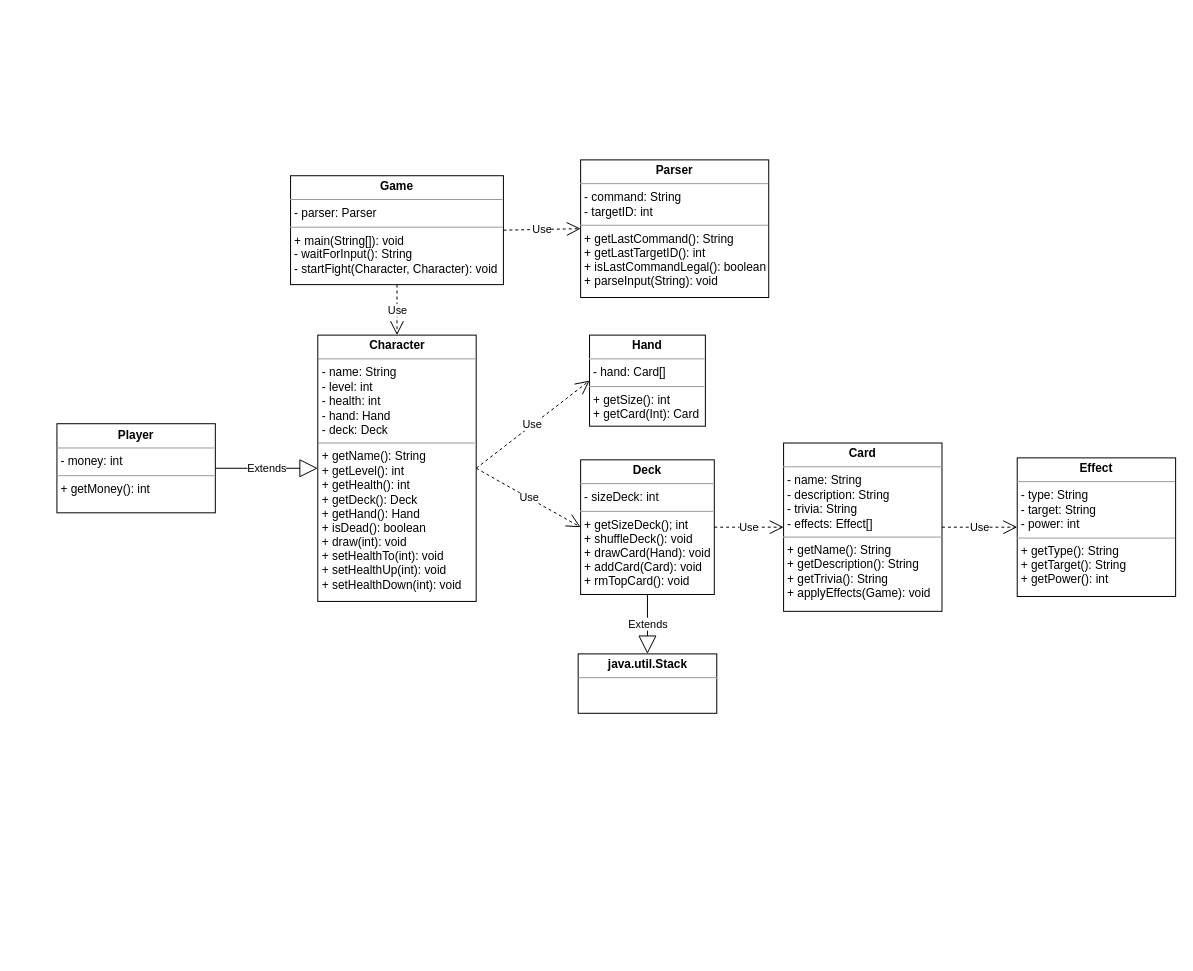
The draw.io diagram devdoc/Galamadriabuyak_UML.drawio in durierem/galamadriabuyak, before the edit. Source tidied: cells renumbered, new cells numbered last; positions are measured from the earlier drawing's top-left corner, leaving out a move shared by most shapes. Both pictures are drawn from the tidied source at 99%, with x=0, y=0 at pixel (56, 159).
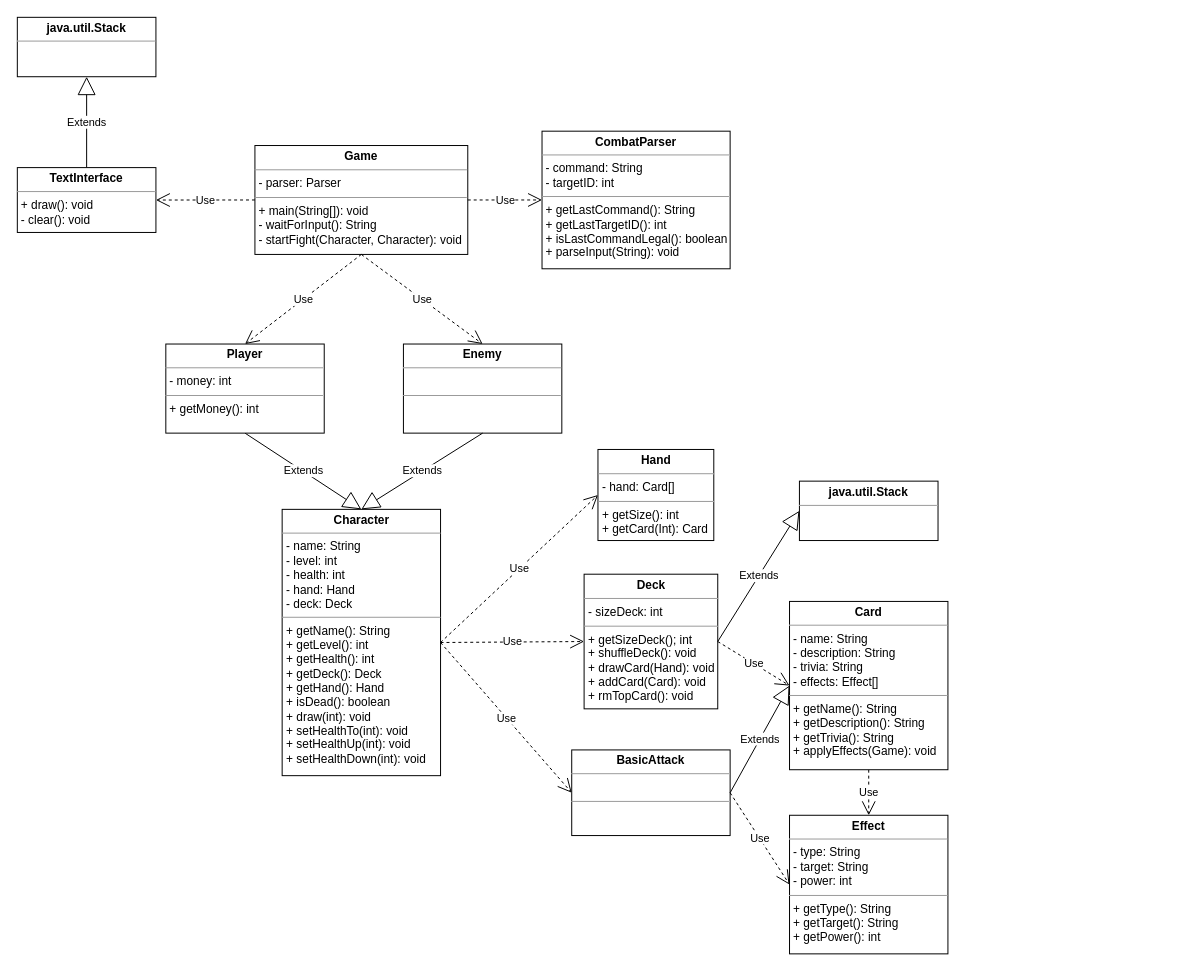
The same diagram, later.

Commit message (it also covers changes not shown here):
ITextInterface and TextInterface implementation

The edit, as a diff of the source:
```diff
@@
-    <mxCell id="2" value="&lt;p style=&quot;margin: 0px ; margin-top: 4px ; text-align: center&quot;&gt;&lt;b&gt;Parser&lt;/b&gt;&lt;/p&gt;&lt;hr size=&quot;1&quot;&gt;&lt;p style=&quot;margin: 0px ; margin-left: 4px&quot;&gt;- command: String&lt;/p&gt;&lt;p style=&quot;margin: 0px ; margin-left: 4px&quot;&gt;- targetID: int&lt;br&gt;&lt;/p&gt;&lt;hr size=&quot;1&quot;&gt;&lt;p style=&quot;margin: 0px ; margin-left: 4px&quot;&gt;+ getLastCommand(): String&lt;/p&gt;&lt;p style=&quot;margin: 0px ; margin-left: 4px&quot;&gt;+ getLastTargetID(): int&lt;/p&gt;&lt;p style=&quot;margin: 0px ; margin-left: 4px&quot;&gt;+ isLastCommandLegal(): boolean&lt;/p&gt;&lt;p style=&quot;margin: 0px ; margin-left: 4px&quot;&gt;+ parseInput(String): void&lt;br&gt;&lt;/p&gt;" style="verticalAlign=top;align=left;overflow=fill;fontSize=12;fontFamily=Helvetica;html=1;" parent="1" vertex="1">
-      <mxGeometry x="529" width="190" height="139" as="geometry" />
+    <mxCell id="2" value="&lt;p style=&quot;margin: 0px ; margin-top: 4px ; text-align: center&quot;&gt;&lt;b&gt;CombatParser&lt;/b&gt;&lt;/p&gt;&lt;hr size=&quot;1&quot;&gt;&lt;p style=&quot;margin: 0px ; margin-left: 4px&quot;&gt;- command: String&lt;/p&gt;&lt;p style=&quot;margin: 0px ; margin-left: 4px&quot;&gt;- targetID: int&lt;br&gt;&lt;/p&gt;&lt;hr size=&quot;1&quot;&gt;&lt;p style=&quot;margin: 0px ; margin-left: 4px&quot;&gt;+ getLastCommand(): String&lt;/p&gt;&lt;p style=&quot;margin: 0px ; margin-left: 4px&quot;&gt;+ getLastTargetID(): int&lt;/p&gt;&lt;p style=&quot;margin: 0px ; margin-left: 4px&quot;&gt;+ isLastCommandLegal(): boolean&lt;/p&gt;&lt;p style=&quot;margin: 0px ; margin-left: 4px&quot;&gt;+ parseInput(String): void&lt;br&gt;&lt;/p&gt;" style="verticalAlign=top;align=left;overflow=fill;fontSize=12;fontFamily=Helvetica;html=1;" parent="1" vertex="1">
+      <mxGeometry x="490" y="-29" width="190" height="139" as="geometry" />
     </mxCell>
     <mxCell id="3" value="&lt;p style=&quot;margin: 0px ; margin-top: 4px ; text-align: center&quot;&gt;&lt;b&gt;Game&lt;/b&gt;&lt;/p&gt;&lt;hr size=&quot;1&quot;&gt;&lt;p style=&quot;margin: 0px ; margin-left: 4px&quot;&gt;- parser: Parser&lt;/p&gt;&lt;hr size=&quot;1&quot;&gt;&lt;p style=&quot;margin: 0px ; margin-left: 4px&quot;&gt;+ main(String[]): void&lt;/p&gt;&lt;p style=&quot;margin: 0px ; margin-left: 4px&quot;&gt;- waitForInput(): String&lt;br&gt;&lt;/p&gt;&lt;p style=&quot;margin: 0px ; margin-left: 4px&quot;&gt;- startFight(Character, Character): void&lt;br&gt;&lt;/p&gt;" style="verticalAlign=top;align=left;overflow=fill;fontSize=12;fontFamily=Helvetica;html=1;" parent="1" vertex="1">
-      <mxGeometry x="236" y="16" width="215" height="110" as="geometry" />
+      <mxGeometry x="200" y="-14.5" width="215" height="110" as="geometry" />
     </mxCell>
@@
     <mxCell id="5" value="&lt;p style=&quot;margin: 0px ; margin-top: 4px ; text-align: center&quot;&gt;&lt;b&gt;Character&lt;/b&gt;&lt;/p&gt;&lt;hr size=&quot;1&quot;&gt;&lt;p style=&quot;margin: 0px ; margin-left: 4px&quot;&gt;- name: String&lt;/p&gt;&lt;p style=&quot;margin: 0px ; margin-left: 4px&quot;&gt;- level: int&lt;br&gt;&lt;/p&gt;&lt;p style=&quot;margin: 0px ; margin-left: 4px&quot;&gt;- health: int&lt;/p&gt;&lt;p style=&quot;margin: 0px ; margin-left: 4px&quot;&gt;- hand: Hand&lt;br&gt;&lt;/p&gt;&lt;p style=&quot;margin: 0px ; margin-left: 4px&quot;&gt;- deck: Deck&lt;/p&gt;&lt;hr size=&quot;1&quot;&gt;&lt;p style=&quot;margin: 0px ; margin-left: 4px&quot;&gt;+ getName(): String&lt;/p&gt;&lt;p style=&quot;margin: 0px ; margin-left: 4px&quot;&gt;+ getLevel(): int&lt;br&gt;&lt;/p&gt;&lt;p style=&quot;margin: 0px ; margin-left: 4px&quot;&gt;+ getHealth(): int&lt;/p&gt;&lt;p style=&quot;margin: 0px ; margin-left: 4px&quot;&gt;+ getDeck(): Deck&lt;/p&gt;&lt;p style=&quot;margin: 0px ; margin-left: 4px&quot;&gt;+ getHand(): Hand&lt;br&gt;&lt;/p&gt;&lt;p style=&quot;margin: 0px ; margin-left: 4px&quot;&gt;+ isDead(): boolean&lt;/p&gt;&lt;p style=&quot;margin: 0px ; margin-left: 4px&quot;&gt;+ draw(int): void&lt;/p&gt;&lt;p style=&quot;margin: 0px ; margin-left: 4px&quot;&gt;+ setHealthTo(int): void&lt;/p&gt;&lt;p style=&quot;margin: 0px ; margin-left: 4px&quot;&gt;+ setHealthUp(int): void&lt;/p&gt;&lt;p style=&quot;margin: 0px ; margin-left: 4px&quot;&gt;+ setHealthDown(int): void&lt;br&gt;&lt;/p&gt;&lt;p style=&quot;margin: 0px ; margin-left: 4px&quot;&gt;&lt;br&gt;&lt;/p&gt;" style="verticalAlign=top;align=left;overflow=fill;fontSize=12;fontFamily=Helvetica;html=1;" parent="1" vertex="1">
-      <mxGeometry x="263.5" y="177" width="160" height="269" as="geometry" />
+      <mxGeometry x="227.5" y="353" width="160" height="269" as="geometry" />
     </mxCell>
-    <mxCell id="6" value="Use" style="endArrow=open;endSize=12;dashed=1;html=1;entryX=0.5;entryY=0;entryDx=0;entryDy=0;exitX=0.5;exitY=1;exitDx=0;exitDy=0;" parent="1" edge="1" source="3" target="5">
+    <mxCell id="6" value="Use" style="endArrow=open;endSize=12;dashed=1;html=1;entryX=0.5;entryY=0;entryDx=0;entryDy=0;exitX=0.5;exitY=1;exitDx=0;exitDy=0;" parent="1" edge="1" source="3" target="18">
       <mxGeometry relative="1" as="geometry" />
     </mxCell>
-    <mxCell id="7" value="Extends" style="endArrow=block;endSize=16;endFill=0;html=1;exitX=1;exitY=0.5;exitDx=0;exitDy=0;entryX=0;entryY=0.5;entryDx=0;entryDy=0;" parent="1" edge="1" source="18" target="5">
+    <mxCell id="7" value="Extends" style="endArrow=block;endSize=16;endFill=0;html=1;exitX=0.5;exitY=1;exitDx=0;exitDy=0;entryX=0.5;entryY=0;entryDx=0;entryDy=0;" parent="1" edge="1" source="18" target="5">
       <mxGeometry relative="1" as="geometry" />
     </mxCell>
     <mxCell id="8" value="&lt;p style=&quot;margin: 0px ; margin-top: 4px ; text-align: center&quot;&gt;&lt;b&gt;Deck&lt;/b&gt;&lt;br&gt;&lt;/p&gt;&lt;hr size=&quot;1&quot;&gt;&lt;p style=&quot;margin: 0px ; margin-left: 4px&quot;&gt;- sizeDeck: int&lt;/p&gt;&lt;hr size=&quot;1&quot;&gt;&lt;p style=&quot;margin: 0px ; margin-left: 4px&quot;&gt;+ getSizeDeck(); int&lt;/p&gt;&lt;p style=&quot;margin: 0px ; margin-left: 4px&quot;&gt;+ shuffleDeck(): void&lt;/p&gt;&lt;p style=&quot;margin: 0px ; margin-left: 4px&quot;&gt;+ drawCard(Hand): void&lt;br&gt;&lt;/p&gt;&lt;p style=&quot;margin: 0px ; margin-left: 4px&quot;&gt;+ addCard(Card): void&lt;br&gt;&lt;/p&gt;&lt;p style=&quot;margin: 0px ; margin-left: 4px&quot;&gt;+ rmTopCard(): void&lt;br&gt;&lt;/p&gt;" style="verticalAlign=top;align=left;overflow=fill;fontSize=12;fontFamily=Helvetica;html=1;" parent="1" vertex="1">
-      <mxGeometry x="529" y="303" width="135" height="136" as="geometry" />
+      <mxGeometry x="532.5" y="418.5" width="135" height="136" as="geometry" />
     </mxCell>
@@
     <mxCell id="10" value="&lt;p style=&quot;margin: 0px ; margin-top: 4px ; text-align: center&quot;&gt;&lt;b&gt;Hand&lt;/b&gt;&lt;/p&gt;&lt;hr size=&quot;1&quot;&gt;&lt;p style=&quot;margin: 0px ; margin-left: 4px&quot;&gt;- hand: Card[]&lt;/p&gt;&lt;hr size=&quot;1&quot;&gt;&lt;p style=&quot;margin: 0px ; margin-left: 4px&quot;&gt;+ getSize(): int&lt;/p&gt;&lt;p style=&quot;margin: 0px ; margin-left: 4px&quot;&gt;+ getCard(Int): Card&lt;br&gt;&lt;/p&gt;" style="verticalAlign=top;align=left;overflow=fill;fontSize=12;fontFamily=Helvetica;html=1;" parent="1" vertex="1">
-      <mxGeometry x="538" y="177" width="117" height="92" as="geometry" />
+      <mxGeometry x="546.5" y="292.5" width="117" height="92" as="geometry" />
     </mxCell>
@@
     <mxCell id="12" value="&lt;p style=&quot;margin: 0px ; margin-top: 4px ; text-align: center&quot;&gt;&lt;b&gt;Effect&lt;/b&gt;&lt;/p&gt;&lt;hr size=&quot;1&quot;&gt;&lt;p style=&quot;margin: 0px ; margin-left: 4px&quot;&gt;- type: String&lt;/p&gt;&lt;p style=&quot;margin: 0px ; margin-left: 4px&quot;&gt;- target: String&lt;/p&gt;&lt;p style=&quot;margin: 0px ; margin-left: 4px&quot;&gt;- power: int&lt;br&gt;&lt;/p&gt;&lt;hr size=&quot;1&quot;&gt;&lt;p style=&quot;margin: 0px ; margin-left: 4px&quot;&gt;+ getType(): String&lt;/p&gt;&lt;p style=&quot;margin: 0px ; margin-left: 4px&quot;&gt;+ getTarget(): String&lt;/p&gt;&lt;p style=&quot;margin: 0px ; margin-left: 4px&quot;&gt;+ getPower(): int&lt;br&gt;&lt;/p&gt;" style="verticalAlign=top;align=left;overflow=fill;fontSize=12;fontFamily=Helvetica;html=1;" parent="1" vertex="1">
-      <mxGeometry x="970" y="301" width="160" height="140" as="geometry" />
+      <mxGeometry x="740" y="662" width="160" height="140" as="geometry" />
     </mxCell>
@@
-    <mxCell id="14" value="Use" style="endArrow=open;endSize=12;dashed=1;html=1;exitX=1;exitY=0.5;exitDx=0;exitDy=0;entryX=0;entryY=0.5;entryDx=0;entryDy=0;" parent="1" edge="1" source="17" target="12">
+    <mxCell id="14" value="Use" style="endArrow=open;endSize=12;dashed=1;html=1;exitX=0.5;exitY=1;exitDx=0;exitDy=0;entryX=0.5;entryY=0;entryDx=0;entryDy=0;" parent="1" edge="1" source="17" target="12">
       <mxGeometry relative="1" as="geometry" />
     </mxCell>
     <mxCell id="15" value="&lt;p style=&quot;margin: 0px ; margin-top: 4px ; text-align: center&quot;&gt;&lt;b&gt;java.util.Stack&lt;/b&gt;&lt;/p&gt;&lt;hr size=&quot;1&quot;&gt;&lt;div style=&quot;height: 2px&quot;&gt;&lt;/div&gt;" style="verticalAlign=top;align=left;overflow=fill;fontSize=12;fontFamily=Helvetica;html=1;" parent="1" vertex="1">
-      <mxGeometry x="526.5" y="499" width="140" height="60" as="geometry" />
+      <mxGeometry x="750" y="324.5" width="140" height="60" as="geometry" />
     </mxCell>
-    <mxCell id="16" value="Extends" style="endArrow=block;endSize=16;endFill=0;html=1;exitX=0.5;exitY=1;exitDx=0;exitDy=0;entryX=0.5;entryY=0;entryDx=0;entryDy=0;" parent="1" edge="1" source="8" target="15">
+    <mxCell id="16" value="Extends" style="endArrow=block;endSize=16;endFill=0;html=1;exitX=1;exitY=0.5;exitDx=0;exitDy=0;entryX=0;entryY=0.5;entryDx=0;entryDy=0;" parent="1" edge="1" source="8" target="15">
       <mxGeometry relative="1" as="geometry" />
     </mxCell>
     <mxCell id="17" value="&lt;p style=&quot;margin: 0px ; margin-top: 4px ; text-align: center&quot;&gt;&lt;b&gt;Card&lt;/b&gt;&lt;/p&gt;&lt;hr size=&quot;1&quot;&gt;&lt;p style=&quot;margin: 0px ; margin-left: 4px&quot;&gt;- name: String&lt;/p&gt;&lt;p style=&quot;margin: 0px ; margin-left: 4px&quot;&gt;- description: String&lt;/p&gt;&lt;p style=&quot;margin: 0px ; margin-left: 4px&quot;&gt;- trivia: String&lt;/p&gt;&lt;p style=&quot;margin: 0px ; margin-left: 4px&quot;&gt;- effects: Effect[]&lt;/p&gt;&lt;hr size=&quot;1&quot;&gt;&lt;p style=&quot;margin: 0px ; margin-left: 4px&quot;&gt;+ getName(): String&lt;/p&gt;&lt;p style=&quot;margin: 0px ; margin-left: 4px&quot;&gt;+ getDescription(): String&lt;/p&gt;&lt;p style=&quot;margin: 0px ; margin-left: 4px&quot;&gt;+ getTrivia(): String&lt;/p&gt;&lt;p style=&quot;margin: 0px ; margin-left: 4px&quot;&gt;+ applyEffects(Game): void&lt;br&gt;&lt;/p&gt;" style="verticalAlign=top;align=left;overflow=fill;fontSize=12;fontFamily=Helvetica;html=1;" parent="1" vertex="1">
-      <mxGeometry x="734" y="286" width="160" height="170" as="geometry" />
+      <mxGeometry x="740" y="446" width="160" height="170" as="geometry" />
     </mxCell>
     <mxCell id="18" value="&lt;p style=&quot;margin: 0px ; margin-top: 4px ; text-align: center&quot;&gt;&lt;b&gt;Player&lt;/b&gt;&lt;/p&gt;&lt;hr size=&quot;1&quot;&gt;&lt;p style=&quot;margin: 0px ; margin-left: 4px&quot;&gt;- money: int&lt;br&gt;&lt;/p&gt;&lt;hr size=&quot;1&quot;&gt;&lt;p style=&quot;margin: 0px ; margin-left: 4px&quot;&gt;+ getMoney(): int&lt;/p&gt;" style="verticalAlign=top;align=left;overflow=fill;fontSize=12;fontFamily=Helvetica;html=1;" parent="1" vertex="1">
-      <mxGeometry y="266.5" width="160" height="90" as="geometry" />
+      <mxGeometry x="110" y="186" width="160" height="90" as="geometry" />
     </mxCell>
+    <mxCell id="19" value="&lt;p style=&quot;margin: 0px ; margin-top: 4px ; text-align: center&quot;&gt;&lt;b&gt;Enemy&lt;/b&gt;&lt;/p&gt;&lt;hr size=&quot;1&quot;&gt;&lt;p style=&quot;margin: 0px ; margin-left: 4px&quot;&gt;&lt;br&gt;&lt;/p&gt;&lt;hr size=&quot;1&quot;&gt;&lt;p style=&quot;margin: 0px ; margin-left: 4px&quot;&gt;&lt;br&gt;&lt;/p&gt;" style="verticalAlign=top;align=left;overflow=fill;fontSize=12;fontFamily=Helvetica;html=1;" parent="1" vertex="1">
+      <mxGeometry x="350" y="186" width="160" height="90" as="geometry" />
+    </mxCell>
+    <mxCell id="20" value="Extends" style="endArrow=block;endSize=16;endFill=0;html=1;exitX=0.5;exitY=1;exitDx=0;exitDy=0;entryX=0.5;entryY=0;entryDx=0;entryDy=0;" parent="1" edge="1" source="19" target="5">
+      <mxGeometry relative="1" as="geometry" />
+    </mxCell>
+    <mxCell id="21" value="Use" style="endArrow=open;endSize=12;dashed=1;html=1;entryX=0.5;entryY=0;entryDx=0;entryDy=0;exitX=0.5;exitY=1;exitDx=0;exitDy=0;" parent="1" edge="1" source="3" target="19">
+      <mxGeometry relative="1" as="geometry" />
+    </mxCell>
+    <mxCell id="22" value="&lt;p style=&quot;margin: 0px ; margin-top: 4px ; text-align: center&quot;&gt;&lt;b&gt;BasicAttack&lt;/b&gt;&lt;/p&gt;&lt;hr size=&quot;1&quot;&gt;&lt;p style=&quot;margin: 0px ; margin-left: 4px&quot;&gt;&lt;br&gt;&lt;/p&gt;&lt;hr size=&quot;1&quot;&gt;&lt;p style=&quot;margin: 0px ; margin-left: 4px&quot;&gt;&lt;br&gt;&lt;/p&gt;" style="verticalAlign=top;align=left;overflow=fill;fontSize=12;fontFamily=Helvetica;html=1;" parent="1" vertex="1">
+      <mxGeometry x="520" y="596" width="160" height="86.5" as="geometry" />
+    </mxCell>
+    <mxCell id="23" value="Extends" style="endArrow=block;endSize=16;endFill=0;html=1;exitX=1;exitY=0.5;exitDx=0;exitDy=0;entryX=0;entryY=0.5;entryDx=0;entryDy=0;" parent="1" edge="1" source="22" target="17">
+      <mxGeometry relative="1" as="geometry" />
+    </mxCell>
+    <mxCell id="24" value="Use" style="endArrow=open;endSize=12;dashed=1;html=1;exitX=1;exitY=0.5;exitDx=0;exitDy=0;entryX=0;entryY=0.5;entryDx=0;entryDy=0;" parent="1" edge="1" source="22" target="12">
+      <mxGeometry relative="1" as="geometry" />
+    </mxCell>
+    <mxCell id="25" value="Use" style="endArrow=open;endSize=12;dashed=1;html=1;exitX=1;exitY=0.5;exitDx=0;exitDy=0;entryX=0;entryY=0.5;entryDx=0;entryDy=0;" parent="1" edge="1" source="5" target="22">
+      <mxGeometry relative="1" as="geometry" />
+    </mxCell>
+    <mxCell id="26" value="&lt;p style=&quot;margin: 0px ; margin-top: 4px ; text-align: center&quot;&gt;&lt;b&gt;java.util.Stack&lt;/b&gt;&lt;/p&gt;&lt;hr size=&quot;1&quot;&gt;&lt;div style=&quot;height: 2px&quot;&gt;&lt;/div&gt;" style="verticalAlign=top;align=left;overflow=fill;fontSize=12;fontFamily=Helvetica;html=1;" parent="1" vertex="1">
+      <mxGeometry x="-40" y="-144" width="140" height="60" as="geometry" />
+    </mxCell>
+    <mxCell id="27" value="Extends" style="endArrow=block;endSize=16;endFill=0;html=1;exitX=0.5;exitY=0;exitDx=0;exitDy=0;entryX=0.5;entryY=1;entryDx=0;entryDy=0;" parent="1" edge="1" source="29" target="26">
+      <mxGeometry relative="1" as="geometry" />
+    </mxCell>
+    <mxCell id="28" value="Use" style="endArrow=open;endSize=12;dashed=1;html=1;exitX=0;exitY=0.5;exitDx=0;exitDy=0;entryX=1;entryY=0.5;entryDx=0;entryDy=0;" parent="1" edge="1" source="3" target="29">
+      <mxGeometry relative="1" as="geometry" />
+    </mxCell>
+    <mxCell id="29" value="&lt;p style=&quot;margin: 0px ; margin-top: 4px ; text-align: center&quot;&gt;&lt;b&gt;TextInterface&lt;/b&gt;&lt;/p&gt;&lt;hr size=&quot;1&quot;&gt;&lt;div style=&quot;height: 2px&quot;&gt;&lt;p style=&quot;margin: 0px ; margin-left: 4px&quot;&gt;+ draw(): void&lt;/p&gt;&lt;p style=&quot;margin: 0px ; margin-left: 4px&quot;&gt;- clear(): void&lt;/p&gt;&lt;/div&gt;" style="verticalAlign=top;align=left;overflow=fill;fontSize=12;fontFamily=Helvetica;html=1;" parent="1" vertex="1">
+      <mxGeometry x="-40" y="7.8" width="140" height="65.5" as="geometry" />
+    </mxCell>
```
